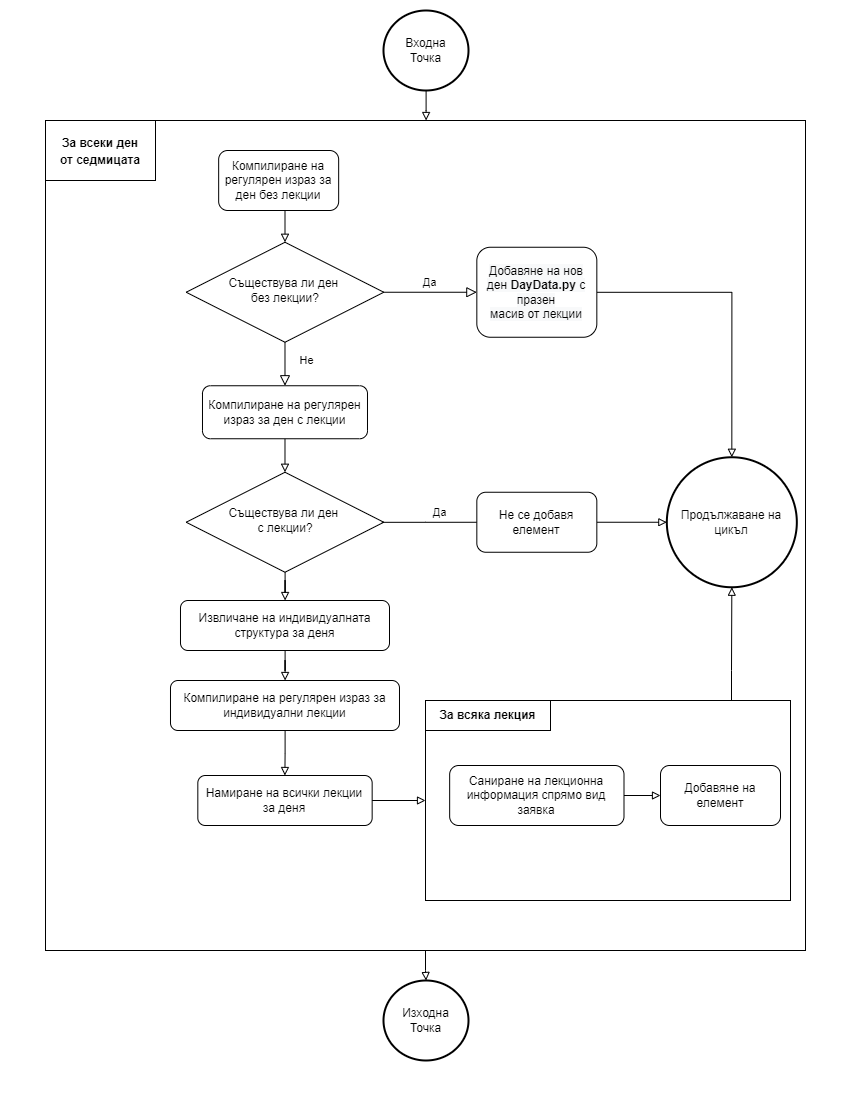
The draw.io diagram docs/Блоксхеми/sanitation.png in nikolaizhnikolov/NVNA-Schedule-Exporter, before a commit. Source tidied: cells renumbered, new cells last; positions are measured from the earlier drawing's top-left corner, leaving out a move shared by most shapes.
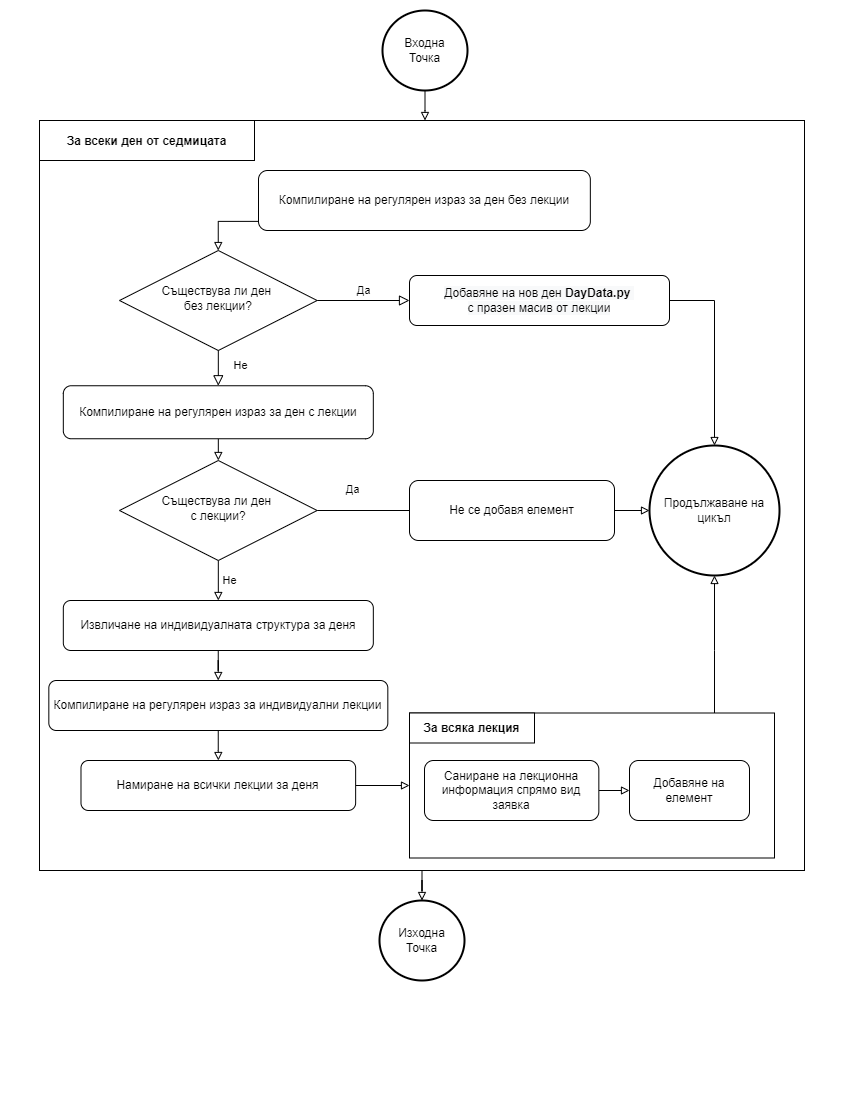
Above is the later version.

The edit, as a diff of the source:
```diff
@@ -6,13 +6,13 @@
       <mxGeometry relative="1" as="geometry" />
     </mxCell>
     <mxCell id="3" style="rounded=0;whiteSpace=wrap;html=1;fontSize=14;" parent="1" vertex="1">
-      <mxGeometry y="110" width="760" height="830" as="geometry" />
+      <mxGeometry x="-5" y="110" width="765" height="750" as="geometry" />
     </mxCell>
     <mxCell id="4" style="rounded=0;whiteSpace=wrap;html=1;strokeWidth=1;fillColor=default;" parent="1" vertex="1">
-      <mxGeometry x="380" y="690" width="365" height="200" as="geometry" />
+      <mxGeometry x="365" y="702.5" width="365" height="145" as="geometry" />
     </mxCell>
-    <mxCell id="5" value="&lt;span style=&quot;font-size: 12px&quot;&gt;&lt;b&gt;За всеки ден&lt;br&gt;от седмицата&lt;/b&gt;&lt;/span&gt;" style="rounded=0;whiteSpace=wrap;html=1;fontSize=14;" parent="1" vertex="1">
-      <mxGeometry y="110" width="110" height="60" as="geometry" />
+    <mxCell id="5" value="&lt;span style=&quot;font-size: 12px&quot;&gt;&lt;b&gt;За всеки ден от седмицата&lt;/b&gt;&lt;/span&gt;" style="rounded=0;whiteSpace=wrap;html=1;fontSize=14;" parent="1" vertex="1">
+      <mxGeometry x="-5" y="110" width="215" height="40" as="geometry" />
     </mxCell>
     <mxCell id="6" style="edgeStyle=orthogonalEdgeStyle;rounded=0;jettySize=auto;html=1;endArrow=block;endFill=0;fontSize=14;" parent="1" edge="1" source="7" target="17">
       <mxGeometry relative="1" as="geometry">
@@ -23,10 +23,10 @@
       </mxGeometry>
     </mxCell>
     <mxCell id="7" value="Компилиране на регулярен израз за ден с лекции" style="rounded=1;whiteSpace=wrap;html=1;fontSize=12;glass=0;strokeWidth=1;shadow=0;" parent="1" vertex="1">
-      <mxGeometry x="157" y="375.2" width="165" height="53" as="geometry" />
+      <mxGeometry x="18.8" y="375.2" width="310" height="53" as="geometry" />
     </mxCell>
     <mxCell id="8" value="Съществува ли ден &lt;br&gt;без лекции?" style="rhombus;whiteSpace=wrap;html=1;shadow=0;fontFamily=Helvetica;fontSize=12;align=center;strokeWidth=1;spacing=6;spacingTop=-4;" parent="1" vertex="1">
-      <mxGeometry x="140.7" y="231.8" width="197.6" height="100" as="geometry" />
+      <mxGeometry x="75" y="240" width="197.6" height="100" as="geometry" />
     </mxCell>
     <mxCell id="9" value="Не" style="rounded=0;html=1;jettySize=auto;fontSize=11;endArrow=block;endFill=0;endSize=8;strokeWidth=1;shadow=0;labelBackgroundColor=none;edgeStyle=orthogonalEdgeStyle;" parent="1" edge="1" source="8" target="7">
       <mxGeometry x="-0.14" y="22" relative="1" as="geometry">
@@ -51,7 +51,7 @@
       <mxGeometry x="338" width="85" height="80" as="geometry" />
     </mxCell>
     <mxCell id="13" value="Изходна&lt;br&gt;Точка" style="strokeWidth=2;html=1;shape=mxgraph.flowchart.start_2;whiteSpace=wrap;" parent="1" vertex="1">
-      <mxGeometry x="338" y="970" width="85" height="80" as="geometry" />
+      <mxGeometry x="335" y="890" width="85" height="80" as="geometry" />
     </mxCell>
     <mxCell id="14" style="edgeStyle=orthogonalEdgeStyle;rounded=0;jettySize=auto;html=1;endArrow=block;endFill=0;" parent="1" edge="1" target="8">
       <mxGeometry relative="1" as="geometry">
@@ -59,76 +59,78 @@
       </mxGeometry>
     </mxCell>
     <mxCell id="15" value="Компилиране на регулярен израз за ден без лекции" style="rounded=1;whiteSpace=wrap;html=1;strokeWidth=1;fillColor=default;" parent="1" vertex="1">
-      <mxGeometry x="173.2" y="140" width="120" height="60" as="geometry" />
+      <mxGeometry x="214" y="160" width="331.8" height="60" as="geometry" />
     </mxCell>
-    <mxCell id="16" style="edgeStyle=orthogonalEdgeStyle;rounded=0;jettySize=auto;html=1;endArrow=block;endFill=0;" parent="1" edge="1" source="17" target="29">
-      <mxGeometry relative="1" as="geometry" />
+    <mxCell id="16" value="Не" style="edgeStyle=orthogonalEdgeStyle;rounded=0;jettySize=auto;html=1;endArrow=block;endFill=0;" parent="1" edge="1" source="17" target="29">
+      <mxGeometry y="11" relative="1" as="geometry" />
     </mxCell>
     <mxCell id="17" value="Съществува ли ден &lt;br&gt;с лекции?" style="rhombus;whiteSpace=wrap;html=1;shadow=0;fontFamily=Helvetica;fontSize=12;align=center;strokeWidth=1;spacing=6;spacingTop=-4;" parent="1" vertex="1">
-      <mxGeometry x="140.7" y="461.8" width="197.6" height="100" as="geometry" />
+      <mxGeometry x="75" y="450" width="197.6" height="100" as="geometry" />
     </mxCell>
     <mxCell id="18" value="Продължаване на цикъл" style="ellipse;whiteSpace=wrap;html=1;rounded=0;strokeWidth=2;fillColor=default;" parent="1" vertex="1">
-      <mxGeometry x="621.3" y="446.8" width="130" height="130" as="geometry" />
+      <mxGeometry x="605" y="435" width="130" height="130" as="geometry" />
     </mxCell>
     <mxCell id="19" style="edgeStyle=orthogonalEdgeStyle;rounded=0;jettySize=auto;html=1;endArrow=block;endFill=0;" parent="1" edge="1" source="20" target="18">
-      <mxGeometry relative="1" as="geometry" />
+      <mxGeometry relative="1" as="geometry">
+        <Array as="points">
+          <mxPoint x="670" y="290" />
+        </Array>
+      </mxGeometry>
     </mxCell>
-    <mxCell id="20" value="&lt;span style=&quot;color: rgb(0 , 0 , 0) ; font-size: 12px ; font-style: normal ; font-weight: 400 ; letter-spacing: normal ; text-align: center ; text-indent: 0px ; text-transform: none ; word-spacing: 0px ; font-family: &amp;#34;helvetica&amp;#34; ; background-color: rgb(248 , 249 , 250) ; display: inline ; float: none&quot;&gt;Добавяне на нов ден&lt;span&gt;&amp;nbsp;&lt;/span&gt;&lt;/span&gt;&lt;b style=&quot;color: rgb(0 , 0 , 0) ; font-size: 12px ; font-style: normal ; letter-spacing: normal ; text-align: center ; text-indent: 0px ; text-transform: none ; word-spacing: 0px ; font-family: &amp;#34;helvetica&amp;#34; ; background-color: rgb(248 , 249 , 250)&quot;&gt;DayData.py&amp;nbsp;&lt;/b&gt;&lt;span style=&quot;color: rgb(0 , 0 , 0) ; font-size: 12px ; font-style: normal ; font-weight: 400 ; letter-spacing: normal ; text-align: center ; text-indent: 0px ; text-transform: none ; word-spacing: 0px ; font-family: &amp;#34;helvetica&amp;#34; ; background-color: rgb(248 , 249 , 250) ; display: inline ; float: none&quot;&gt;с празен&lt;/span&gt;&lt;br style=&quot;color: rgb(0 , 0 , 0) ; font-size: 12px ; font-style: normal ; font-weight: 400 ; letter-spacing: normal ; text-align: center ; text-indent: 0px ; text-transform: none ; word-spacing: 0px ; font-family: &amp;#34;helvetica&amp;#34; ; background-color: rgb(248 , 249 , 250)&quot;&gt;&lt;span style=&quot;color: rgb(0 , 0 , 0) ; font-size: 12px ; font-style: normal ; font-weight: 400 ; letter-spacing: normal ; text-align: center ; text-indent: 0px ; text-transform: none ; word-spacing: 0px ; font-family: &amp;#34;helvetica&amp;#34; ; background-color: rgb(248 , 249 , 250) ; display: inline ; float: none&quot;&gt;масив от лекции&lt;/span&gt;" style="rounded=1;whiteSpace=wrap;html=1;strokeWidth=1;fillColor=default;" parent="1" vertex="1">
-      <mxGeometry x="431.3" y="236.8" width="120" height="90" as="geometry" />
+    <mxCell id="20" value="&lt;span style=&quot;color: rgb(0 , 0 , 0) ; font-size: 12px ; font-style: normal ; font-weight: 400 ; letter-spacing: normal ; text-align: center ; text-indent: 0px ; text-transform: none ; word-spacing: 0px ; font-family: &amp;#34;helvetica&amp;#34; ; background-color: rgb(248 , 249 , 250) ; display: inline ; float: none&quot;&gt;Добавяне на нов ден&lt;span&gt;&amp;nbsp;&lt;/span&gt;&lt;/span&gt;&lt;b style=&quot;color: rgb(0 , 0 , 0) ; font-size: 12px ; font-style: normal ; letter-spacing: normal ; text-align: center ; text-indent: 0px ; text-transform: none ; word-spacing: 0px ; font-family: &amp;#34;helvetica&amp;#34; ; background-color: rgb(248 , 249 , 250)&quot;&gt;DayData.py&amp;nbsp;&lt;br&gt;&lt;/b&gt;&lt;span style=&quot;color: rgb(0 , 0 , 0) ; font-size: 12px ; font-style: normal ; font-weight: 400 ; letter-spacing: normal ; text-align: center ; text-indent: 0px ; text-transform: none ; word-spacing: 0px ; font-family: &amp;#34;helvetica&amp;#34; ; background-color: rgb(248 , 249 , 250) ; display: inline ; float: none&quot;&gt;с празен&amp;nbsp;&lt;/span&gt;&lt;span style=&quot;color: rgb(0 , 0 , 0) ; font-size: 12px ; font-style: normal ; font-weight: 400 ; letter-spacing: normal ; text-align: center ; text-indent: 0px ; text-transform: none ; word-spacing: 0px ; font-family: &amp;#34;helvetica&amp;#34; ; background-color: rgb(248 , 249 , 250) ; display: inline ; float: none&quot;&gt;масив от лекции&lt;/span&gt;" style="rounded=1;whiteSpace=wrap;html=1;strokeWidth=1;fillColor=default;" parent="1" vertex="1">
+      <mxGeometry x="365" y="265" width="260" height="50" as="geometry" />
     </mxCell>
-    <mxCell id="21" value="Да" style="edgeStyle=orthogonalEdgeStyle;rounded=0;html=1;jettySize=auto;orthogonalLoop=1;fontSize=11;endArrow=block;endFill=0;endSize=8;strokeWidth=1;shadow=0;labelBackgroundColor=none;" parent="1" edge="1">
-      <mxGeometry y="10" relative="1" as="geometry">
-        <mxPoint x="336.3" y="511.8" as="sourcePoint" />
-        <mxPoint x="450.5" y="511.8" as="targetPoint" />
-        <Array as="points">
-          <mxPoint x="380.1" y="511.8" />
-          <mxPoint x="380.1" y="511.8" />
-        </Array>
-      </mxGeometry>
-    </mxCell>
     <mxCell id="22" style="edgeStyle=orthogonalEdgeStyle;rounded=0;jettySize=auto;html=1;endArrow=block;endFill=0;" parent="1" edge="1" source="23" target="18">
       <mxGeometry relative="1" as="geometry" />
     </mxCell>
-    <mxCell id="23" value="&lt;font face=&quot;helvetica&quot;&gt;Не се добавя елемент&lt;/font&gt;" style="rounded=1;whiteSpace=wrap;html=1;strokeWidth=1;fillColor=default;" parent="1" vertex="1">
-      <mxGeometry x="431.3" y="481.8" width="120" height="60" as="geometry" />
-    </mxCell>
     <mxCell id="24" style="edgeStyle=orthogonalEdgeStyle;rounded=0;jumpSize=6;jettySize=auto;html=1;endArrow=block;endFill=0;" parent="1" edge="1" source="25" target="27">
       <mxGeometry relative="1" as="geometry" />
     </mxCell>
     <mxCell id="25" value="Компилиране на регулярен израз за индивидуални лекции" style="rounded=1;whiteSpace=wrap;html=1;fontSize=12;glass=0;strokeWidth=1;shadow=0;" parent="1" vertex="1">
-      <mxGeometry x="125" y="670" width="229" height="50" as="geometry" />
+      <mxGeometry x="4.3" y="670" width="339" height="50" as="geometry" />
     </mxCell>
     <mxCell id="26" style="edgeStyle=orthogonalEdgeStyle;rounded=0;jumpSize=6;jettySize=auto;html=1;endArrow=block;endFill=0;" parent="1" edge="1" source="27" target="4">
       <mxGeometry relative="1" as="geometry" />
     </mxCell>
     <mxCell id="27" value="Намиране на всички лекции за деня" style="rounded=1;whiteSpace=wrap;html=1;fontSize=12;glass=0;strokeWidth=1;shadow=0;" parent="1" vertex="1">
-      <mxGeometry x="152.3" y="765" width="174.3" height="50" as="geometry" />
+      <mxGeometry x="36.5" y="750" width="274.6" height="50" as="geometry" />
     </mxCell>
     <mxCell id="28" style="edgeStyle=orthogonalEdgeStyle;rounded=0;jettySize=auto;html=1;endArrow=block;endFill=0;jumpSize=6;" parent="1" edge="1" source="29" target="25">
       <mxGeometry relative="1" as="geometry" />
     </mxCell>
     <mxCell id="29" value="Извличане на индивидуалната структура за деня" style="rounded=1;whiteSpace=wrap;html=1;fontSize=12;glass=0;strokeWidth=1;shadow=0;" parent="1" vertex="1">
-      <mxGeometry x="135" y="590" width="209" height="50" as="geometry" />
+      <mxGeometry x="18.8" y="590" width="310" height="50" as="geometry" />
     </mxCell>
     <mxCell id="30" style="edgeStyle=orthogonalEdgeStyle;rounded=0;jumpSize=6;jettySize=auto;html=1;endArrow=block;endFill=0;" parent="1" edge="1" source="31" target="33">
       <mxGeometry relative="1" as="geometry" />
     </mxCell>
     <mxCell id="31" value="Саниране на лекционна информация спрямо вид заявка" style="rounded=1;whiteSpace=wrap;html=1;fontSize=12;glass=0;strokeWidth=1;shadow=0;" parent="1" vertex="1">
-      <mxGeometry x="404.2" y="755" width="174.3" height="60" as="geometry" />
+      <mxGeometry x="380" y="750" width="174.3" height="60" as="geometry" />
     </mxCell>
     <mxCell id="32" style="edgeStyle=orthogonalEdgeStyle;rounded=0;jumpSize=6;jettySize=auto;html=1;endArrow=block;endFill=0;" parent="1" edge="1" source="4" target="18">
       <mxGeometry relative="1" as="geometry">
         <Array as="points">
-          <mxPoint x="686" y="660" />
-          <mxPoint x="686" y="660" />
+          <mxPoint x="670" y="640" />
+          <mxPoint x="670" y="640" />
         </Array>
       </mxGeometry>
     </mxCell>
     <mxCell id="33" value="&lt;font face=&quot;helvetica&quot;&gt;Добавяне на елемент&lt;/font&gt;" style="rounded=1;whiteSpace=wrap;html=1;strokeWidth=1;fillColor=default;" parent="1" vertex="1">
-      <mxGeometry x="615" y="755" width="120" height="60" as="geometry" />
+      <mxGeometry x="585" y="750" width="120" height="60" as="geometry" />
     </mxCell>
     <mxCell id="34" value="За всяка лекция" style="rounded=0;whiteSpace=wrap;html=1;strokeWidth=1;fillColor=default;fontStyle=1;" parent="1" vertex="1">
-      <mxGeometry x="380" y="690" width="125" height="30" as="geometry" />
+      <mxGeometry x="365" y="702.5" width="125" height="30" as="geometry" />
     </mxCell>
+    <mxCell id="23" value="&lt;font face=&quot;helvetica&quot;&gt;Не се добавя елемент&lt;/font&gt;" style="rounded=1;whiteSpace=wrap;html=1;strokeWidth=1;fillColor=default;" parent="1" vertex="1">
+      <mxGeometry x="365" y="470" width="205" height="60" as="geometry" />
+    </mxCell>
+    <mxCell id="35" style="edgeStyle=orthogonalEdgeStyle;rounded=0;html=1;jettySize=auto;fontSize=11;endArrow=none;endFill=0;endSize=8;strokeWidth=1;shadow=0;labelBackgroundColor=none;" parent="1" edge="1" source="17" target="23">
+      <mxGeometry y="10" relative="1" as="geometry" />
+    </mxCell>
+    <mxCell id="21" value="Да" style="edgeLabel;html=1;align=center;verticalAlign=middle;" parent="35" vertex="1">
+      <mxGeometry x="-0.25" y="-2" relative="1" as="geometry">
+        <mxPoint y="-24" as="offset" />
+      </mxGeometry>
+    </mxCell>
   </root>
 </mxGraphModel>
```
